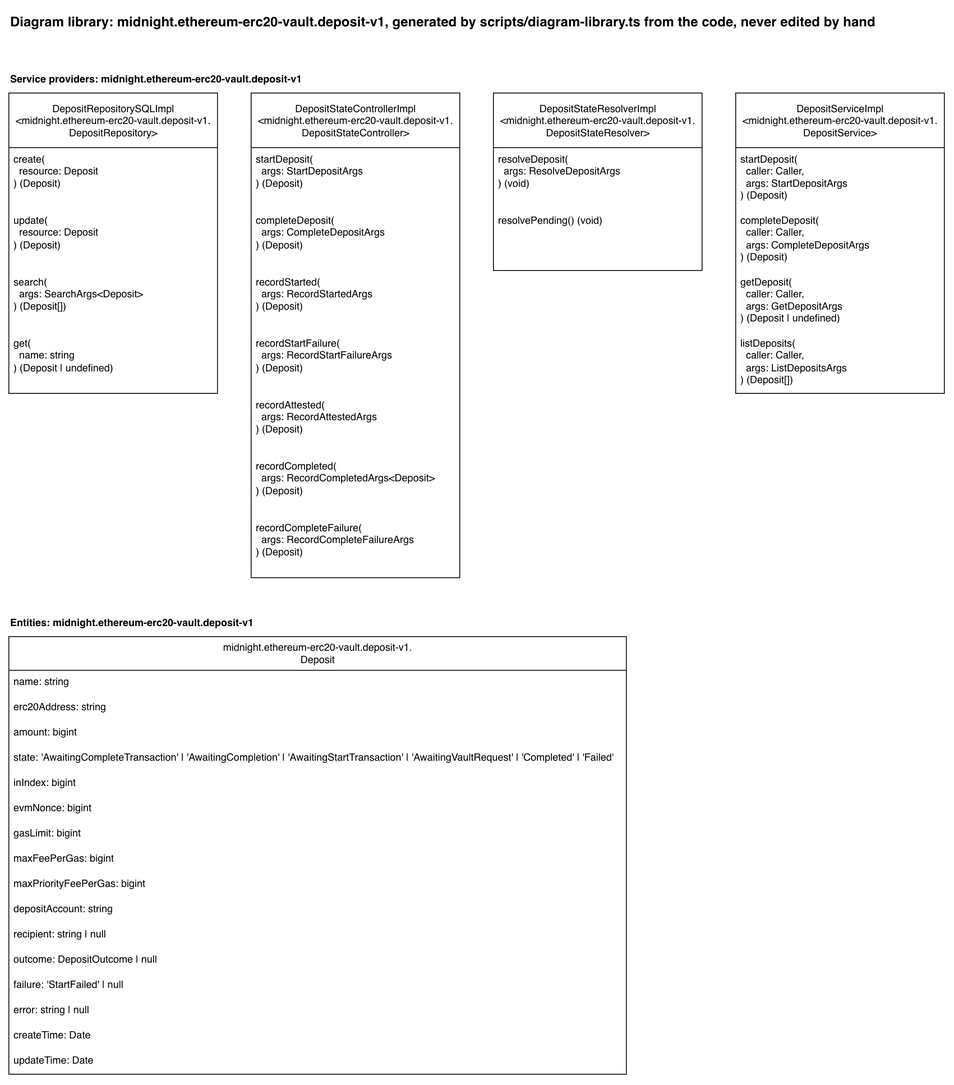
Before: docs/diagram-library/midnight/ethereum-erc20-vault/deposit-v1/diagram-library.drawio.png, a diagram exported from draw.io (sig-net/full-stack-demo). Source tidied: cells renumbered, new cells last; positions are measured from the earlier drawing's top-left corner, leaving out a move shared by most shapes. Its diagram source:
```xml
<mxGraphModel>
  <root>
    <mxCell id="0" />
    <mxCell id="1" parent="0" />
    <mxCell id="2" value="Diagram library: midnight.ethereum-erc20-vault.deposit-v1, generated by scripts/diagram-library.ts from the code, never edited by hand" style="text;html=1;fontStyle=1;fontSize=16;" parent="1" vertex="1">
      <mxGeometry width="1070" height="30" as="geometry" />
    </mxCell>
    <mxCell id="3" value="Service providers: midnight.ethereum-erc20-vault.deposit-v1" style="text;html=1;fontStyle=1;" parent="1" vertex="1">
      <mxGeometry y="70" width="373" height="20" as="geometry" />
    </mxCell>
    <mxCell id="4" value="DepositRepositorySQLImpl&lt;br&gt;&amp;lt;midnight.ethereum-erc20-vault.deposit-v1.&lt;br&gt;DepositRepository&amp;gt;" style="swimlane;fontStyle=0;horizontal=1;startSize=65;fillColor=default;html=1;fillStyle=solid;" parent="1" vertex="1">
      <mxGeometry y="100" width="248" height="357" as="geometry" />
    </mxCell>
    <mxCell id="5" value="create(&lt;br&gt;&amp;nbsp; resource: Deposit&lt;br&gt;) (Deposit)" style="text;strokeColor=none;fillColor=none;align=left;verticalAlign=top;spacingLeft=4;spacingRight=4;overflow=hidden;whiteSpace=wrap;html=1;" parent="4" vertex="1">
      <mxGeometry y="65" width="248" height="73" as="geometry" />
    </mxCell>
    <mxCell id="6" value="update(&lt;br&gt;&amp;nbsp; resource: Deposit&lt;br&gt;) (Deposit)" style="text;strokeColor=none;fillColor=none;align=left;verticalAlign=top;spacingLeft=4;spacingRight=4;overflow=hidden;whiteSpace=wrap;html=1;" parent="4" vertex="1">
      <mxGeometry y="138" width="248" height="73" as="geometry" />
    </mxCell>
    <mxCell id="7" value="search(&lt;br&gt;&amp;nbsp; args: SearchArgs&amp;lt;Deposit&amp;gt;&lt;br&gt;) (Deposit[])" style="text;strokeColor=none;fillColor=none;align=left;verticalAlign=top;spacingLeft=4;spacingRight=4;overflow=hidden;whiteSpace=wrap;html=1;" parent="4" vertex="1">
      <mxGeometry y="211" width="248" height="73" as="geometry" />
    </mxCell>
    <mxCell id="8" value="get(&lt;br&gt;&amp;nbsp; name: string&lt;br&gt;) (Deposit | undefined)" style="text;strokeColor=none;fillColor=none;align=left;verticalAlign=top;spacingLeft=4;spacingRight=4;overflow=hidden;whiteSpace=wrap;html=1;" parent="4" vertex="1">
      <mxGeometry y="284" width="248" height="73" as="geometry" />
    </mxCell>
    <mxCell id="9" value="DepositStateControllerImpl&lt;br&gt;&amp;lt;midnight.ethereum-erc20-vault.deposit-v1.&lt;br&gt;DepositStateController&amp;gt;" style="swimlane;fontStyle=0;horizontal=1;startSize=65;fillColor=default;html=1;fillStyle=solid;" parent="1" vertex="1">
      <mxGeometry x="288" y="100" width="248" height="576" as="geometry" />
    </mxCell>
    <mxCell id="10" value="startDeposit(&lt;br&gt;&amp;nbsp; args: StartDepositArgs&lt;br&gt;) (Deposit)" style="text;strokeColor=none;fillColor=none;align=left;verticalAlign=top;spacingLeft=4;spacingRight=4;overflow=hidden;whiteSpace=wrap;html=1;" parent="9" vertex="1">
      <mxGeometry y="65" width="248" height="73" as="geometry" />
    </mxCell>
    <mxCell id="11" value="completeDeposit(&lt;br&gt;&amp;nbsp; args: CompleteDepositArgs&lt;br&gt;) (Deposit)" style="text;strokeColor=none;fillColor=none;align=left;verticalAlign=top;spacingLeft=4;spacingRight=4;overflow=hidden;whiteSpace=wrap;html=1;" parent="9" vertex="1">
      <mxGeometry y="138" width="248" height="73" as="geometry" />
    </mxCell>
    <mxCell id="12" value="recordStarted(&lt;br&gt;&amp;nbsp; args: RecordStartedArgs&lt;br&gt;) (Deposit)" style="text;strokeColor=none;fillColor=none;align=left;verticalAlign=top;spacingLeft=4;spacingRight=4;overflow=hidden;whiteSpace=wrap;html=1;" parent="9" vertex="1">
      <mxGeometry y="211" width="248" height="73" as="geometry" />
    </mxCell>
    <mxCell id="13" value="recordStartFailure(&lt;br&gt;&amp;nbsp; args: RecordStartFailureArgs&lt;br&gt;) (Deposit)" style="text;strokeColor=none;fillColor=none;align=left;verticalAlign=top;spacingLeft=4;spacingRight=4;overflow=hidden;whiteSpace=wrap;html=1;" parent="9" vertex="1">
      <mxGeometry y="284" width="248" height="73" as="geometry" />
    </mxCell>
    <mxCell id="14" value="recordAttested(&lt;br&gt;&amp;nbsp; args: RecordAttestedArgs&lt;br&gt;) (Deposit)" style="text;strokeColor=none;fillColor=none;align=left;verticalAlign=top;spacingLeft=4;spacingRight=4;overflow=hidden;whiteSpace=wrap;html=1;" parent="9" vertex="1">
      <mxGeometry y="357" width="248" height="73" as="geometry" />
    </mxCell>
    <mxCell id="15" value="recordCompleted(&lt;br&gt;&amp;nbsp; args: RecordCompletedArgs&amp;lt;Deposit&amp;gt;&lt;br&gt;) (Deposit)" style="text;strokeColor=none;fillColor=none;align=left;verticalAlign=top;spacingLeft=4;spacingRight=4;overflow=hidden;whiteSpace=wrap;html=1;" parent="9" vertex="1">
      <mxGeometry y="430" width="248" height="73" as="geometry" />
    </mxCell>
    <mxCell id="16" value="recordCompleteFailure(&lt;br&gt;&amp;nbsp; args: RecordCompleteFailureArgs&lt;br&gt;) (Deposit)" style="text;strokeColor=none;fillColor=none;align=left;verticalAlign=top;spacingLeft=4;spacingRight=4;overflow=hidden;whiteSpace=wrap;html=1;" parent="9" vertex="1">
      <mxGeometry y="503" width="248" height="73" as="geometry" />
    </mxCell>
    <mxCell id="17" value="DepositStateResolverImpl&lt;br&gt;&amp;lt;midnight.ethereum-erc20-vault.deposit-v1.&lt;br&gt;DepositStateResolver&amp;gt;" style="swimlane;fontStyle=0;horizontal=1;startSize=65;fillColor=default;html=1;fillStyle=solid;" parent="1" vertex="1">
      <mxGeometry x="576" y="100" width="248" height="211" as="geometry" />
    </mxCell>
    <mxCell id="18" value="resolveDeposit(&lt;br&gt;&amp;nbsp; args: ResolveDepositArgs&lt;br&gt;) (void)" style="text;strokeColor=none;fillColor=none;align=left;verticalAlign=top;spacingLeft=4;spacingRight=4;overflow=hidden;whiteSpace=wrap;html=1;" parent="17" vertex="1">
      <mxGeometry y="65" width="248" height="73" as="geometry" />
    </mxCell>
    <mxCell id="19" value="resolvePending() (void)" style="text;strokeColor=none;fillColor=none;align=left;verticalAlign=top;spacingLeft=4;spacingRight=4;overflow=hidden;whiteSpace=wrap;html=1;" parent="17" vertex="1">
      <mxGeometry y="138" width="248" height="73" as="geometry" />
    </mxCell>
    <mxCell id="20" value="DepositServiceImpl&lt;br&gt;&amp;lt;midnight.ethereum-erc20-vault.deposit-v1.&lt;br&gt;DepositService&amp;gt;" style="swimlane;fontStyle=0;horizontal=1;startSize=65;fillColor=default;html=1;fillStyle=solid;" parent="1" vertex="1">
      <mxGeometry x="864" y="100" width="248" height="357" as="geometry" />
    </mxCell>
    <mxCell id="21" value="startDeposit(&lt;br&gt;&amp;nbsp; caller: Caller,&lt;br&gt;&amp;nbsp; args: StartDepositArgs&lt;br&gt;) (Deposit)" style="text;strokeColor=none;fillColor=none;align=left;verticalAlign=top;spacingLeft=4;spacingRight=4;overflow=hidden;whiteSpace=wrap;html=1;" parent="20" vertex="1">
      <mxGeometry y="65" width="248" height="73" as="geometry" />
    </mxCell>
    <mxCell id="22" value="completeDeposit(&lt;br&gt;&amp;nbsp; caller: Caller,&lt;br&gt;&amp;nbsp; args: CompleteDepositArgs&lt;br&gt;) (Deposit)" style="text;strokeColor=none;fillColor=none;align=left;verticalAlign=top;spacingLeft=4;spacingRight=4;overflow=hidden;whiteSpace=wrap;html=1;" parent="20" vertex="1">
      <mxGeometry y="138" width="248" height="73" as="geometry" />
    </mxCell>
    <mxCell id="23" value="getDeposit(&lt;br&gt;&amp;nbsp; caller: Caller,&lt;br&gt;&amp;nbsp; args: GetDepositArgs&lt;br&gt;) (Deposit | undefined)" style="text;strokeColor=none;fillColor=none;align=left;verticalAlign=top;spacingLeft=4;spacingRight=4;overflow=hidden;whiteSpace=wrap;html=1;" parent="20" vertex="1">
      <mxGeometry y="211" width="248" height="73" as="geometry" />
    </mxCell>
    <mxCell id="24" value="listDeposits(&lt;br&gt;&amp;nbsp; caller: Caller,&lt;br&gt;&amp;nbsp; args: ListDepositsArgs&lt;br&gt;) (Deposit[])" style="text;strokeColor=none;fillColor=none;align=left;verticalAlign=top;spacingLeft=4;spacingRight=4;overflow=hidden;whiteSpace=wrap;html=1;" parent="20" vertex="1">
      <mxGeometry y="284" width="248" height="73" as="geometry" />
    </mxCell>
    <mxCell id="25" value="Entities: midnight.ethereum-erc20-vault.deposit-v1" style="text;html=1;fontStyle=1;" parent="1" vertex="1">
      <mxGeometry y="716" width="315" height="20" as="geometry" />
    </mxCell>
    <mxCell id="26" value="midnight.ethereum-erc20-vault.deposit-v1.&lt;br&gt;Deposit" style="swimlane;fontStyle=0;horizontal=1;startSize=40;fillColor=default;html=1;fillStyle=solid;" parent="1" vertex="1">
      <mxGeometry y="746" width="734" height="520" as="geometry" />
    </mxCell>
    <mxCell id="27" value="name: string" style="text;strokeColor=none;fillColor=none;align=left;verticalAlign=top;spacingLeft=4;spacingRight=4;overflow=hidden;whiteSpace=wrap;html=1;" parent="26" vertex="1">
      <mxGeometry y="40" width="734" height="30" as="geometry" />
    </mxCell>
    <mxCell id="28" value="erc20Address: string" style="text;strokeColor=none;fillColor=none;align=left;verticalAlign=top;spacingLeft=4;spacingRight=4;overflow=hidden;whiteSpace=wrap;html=1;" parent="26" vertex="1">
      <mxGeometry y="70" width="734" height="30" as="geometry" />
    </mxCell>
    <mxCell id="29" value="amount: bigint" style="text;strokeColor=none;fillColor=none;align=left;verticalAlign=top;spacingLeft=4;spacingRight=4;overflow=hidden;whiteSpace=wrap;html=1;" parent="26" vertex="1">
      <mxGeometry y="100" width="734" height="30" as="geometry" />
    </mxCell>
    <mxCell id="30" value="state: 'AwaitingCompleteTransaction' | 'AwaitingCompletion' | 'AwaitingStartTransaction' | 'AwaitingVaultRequest' | 'Completed' | 'Failed'" style="text;strokeColor=none;fillColor=none;align=left;verticalAlign=top;spacingLeft=4;spacingRight=4;overflow=hidden;whiteSpace=wrap;html=1;" parent="26" vertex="1">
      <mxGeometry y="130" width="734" height="30" as="geometry" />
    </mxCell>
    <mxCell id="31" value="inIndex: bigint" style="text;strokeColor=none;fillColor=none;align=left;verticalAlign=top;spacingLeft=4;spacingRight=4;overflow=hidden;whiteSpace=wrap;html=1;" parent="26" vertex="1">
      <mxGeometry y="160" width="734" height="30" as="geometry" />
    </mxCell>
    <mxCell id="32" value="evmNonce: bigint" style="text;strokeColor=none;fillColor=none;align=left;verticalAlign=top;spacingLeft=4;spacingRight=4;overflow=hidden;whiteSpace=wrap;html=1;" parent="26" vertex="1">
      <mxGeometry y="190" width="734" height="30" as="geometry" />
    </mxCell>
    <mxCell id="33" value="gasLimit: bigint" style="text;strokeColor=none;fillColor=none;align=left;verticalAlign=top;spacingLeft=4;spacingRight=4;overflow=hidden;whiteSpace=wrap;html=1;" parent="26" vertex="1">
      <mxGeometry y="220" width="734" height="30" as="geometry" />
    </mxCell>
    <mxCell id="34" value="maxFeePerGas: bigint" style="text;strokeColor=none;fillColor=none;align=left;verticalAlign=top;spacingLeft=4;spacingRight=4;overflow=hidden;whiteSpace=wrap;html=1;" parent="26" vertex="1">
      <mxGeometry y="250" width="734" height="30" as="geometry" />
    </mxCell>
    <mxCell id="35" value="maxPriorityFeePerGas: bigint" style="text;strokeColor=none;fillColor=none;align=left;verticalAlign=top;spacingLeft=4;spacingRight=4;overflow=hidden;whiteSpace=wrap;html=1;" parent="26" vertex="1">
      <mxGeometry y="280" width="734" height="30" as="geometry" />
    </mxCell>
    <mxCell id="36" value="depositAccount: string" style="text;strokeColor=none;fillColor=none;align=left;verticalAlign=top;spacingLeft=4;spacingRight=4;overflow=hidden;whiteSpace=wrap;html=1;" parent="26" vertex="1">
      <mxGeometry y="310" width="734" height="30" as="geometry" />
    </mxCell>
    <mxCell id="37" value="recipient: string | null" style="text;strokeColor=none;fillColor=none;align=left;verticalAlign=top;spacingLeft=4;spacingRight=4;overflow=hidden;whiteSpace=wrap;html=1;" parent="26" vertex="1">
      <mxGeometry y="340" width="734" height="30" as="geometry" />
    </mxCell>
    <mxCell id="38" value="outcome: DepositOutcome | null" style="text;strokeColor=none;fillColor=none;align=left;verticalAlign=top;spacingLeft=4;spacingRight=4;overflow=hidden;whiteSpace=wrap;html=1;" parent="26" vertex="1">
      <mxGeometry y="370" width="734" height="30" as="geometry" />
    </mxCell>
    <mxCell id="39" value="failure: 'StartFailed' | null" style="text;strokeColor=none;fillColor=none;align=left;verticalAlign=top;spacingLeft=4;spacingRight=4;overflow=hidden;whiteSpace=wrap;html=1;" parent="26" vertex="1">
      <mxGeometry y="400" width="734" height="30" as="geometry" />
    </mxCell>
    <mxCell id="40" value="error: string | null" style="text;strokeColor=none;fillColor=none;align=left;verticalAlign=top;spacingLeft=4;spacingRight=4;overflow=hidden;whiteSpace=wrap;html=1;" parent="26" vertex="1">
      <mxGeometry y="430" width="734" height="30" as="geometry" />
    </mxCell>
    <mxCell id="41" value="createTime: Date" style="text;strokeColor=none;fillColor=none;align=left;verticalAlign=top;spacingLeft=4;spacingRight=4;overflow=hidden;whiteSpace=wrap;html=1;" parent="26" vertex="1">
      <mxGeometry y="460" width="734" height="30" as="geometry" />
    </mxCell>
    <mxCell id="42" value="updateTime: Date" style="text;strokeColor=none;fillColor=none;align=left;verticalAlign=top;spacingLeft=4;spacingRight=4;overflow=hidden;whiteSpace=wrap;html=1;" parent="26" vertex="1">
      <mxGeometry y="490" width="734" height="30" as="geometry" />
    </mxCell>
  </root>
</mxGraphModel>
```
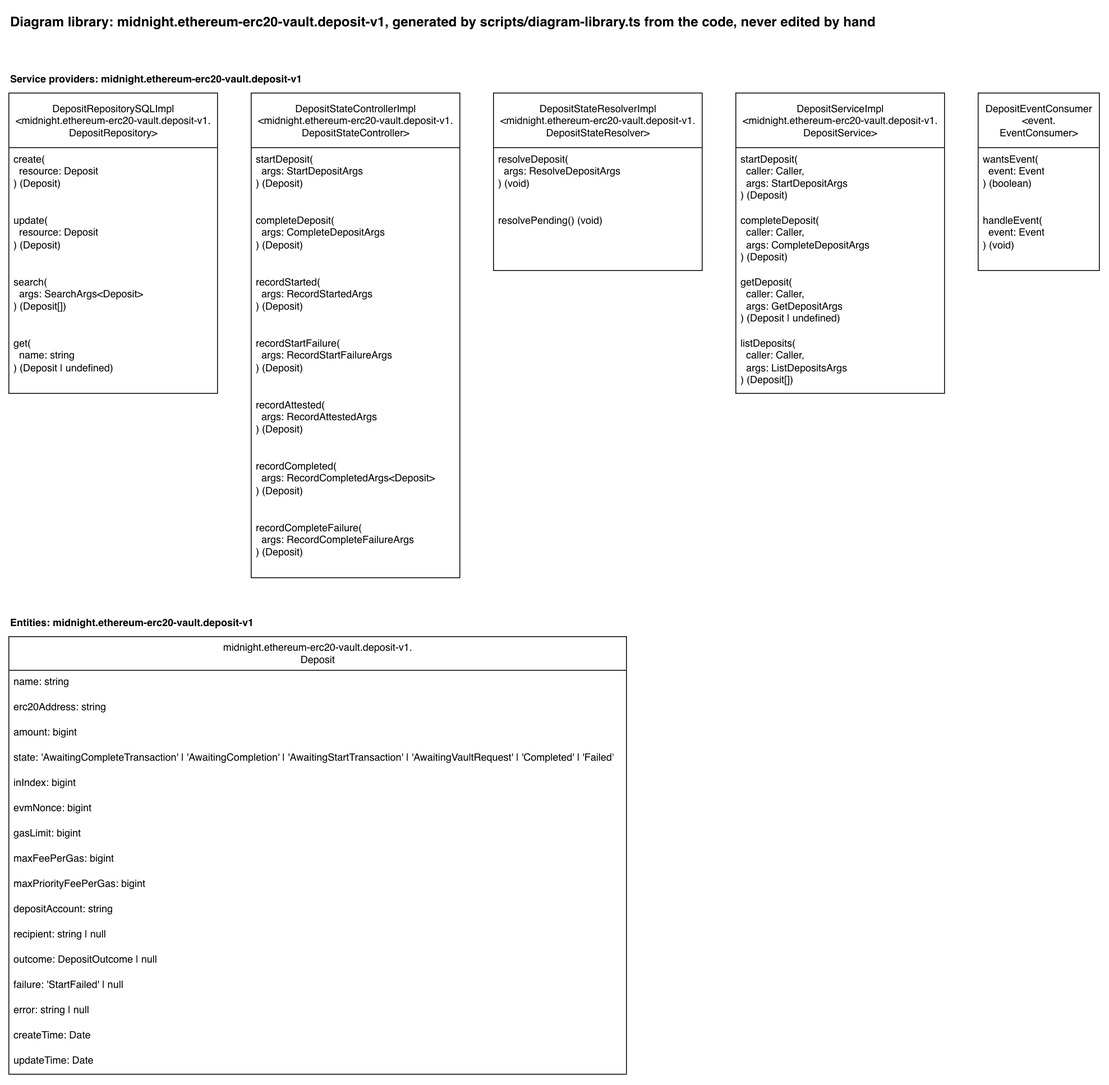
After the commit.

Change to the diagram source:
```diff
@@ -71,6 +71,15 @@
     <mxCell id="24" value="listDeposits(&lt;br&gt;&amp;nbsp; caller: Caller,&lt;br&gt;&amp;nbsp; args: ListDepositsArgs&lt;br&gt;) (Deposit[])" style="text;strokeColor=none;fillColor=none;align=left;verticalAlign=top;spacingLeft=4;spacingRight=4;overflow=hidden;whiteSpace=wrap;html=1;" parent="20" vertex="1">
       <mxGeometry y="284" width="248" height="73" as="geometry" />
     </mxCell>
+    <mxCell id="43" value="DepositEventConsumer&lt;br&gt;&amp;lt;event.&lt;br&gt;EventConsumer&amp;gt;" style="swimlane;fontStyle=0;horizontal=1;startSize=65;fillColor=default;html=1;fillStyle=solid;" parent="1" vertex="1">
+      <mxGeometry x="1152" y="100" width="144" height="211" as="geometry" />
+    </mxCell>
+    <mxCell id="44" value="wantsEvent(&lt;br&gt;&amp;nbsp; event: Event&lt;br&gt;) (boolean)" style="text;strokeColor=none;fillColor=none;align=left;verticalAlign=top;spacingLeft=4;spacingRight=4;overflow=hidden;whiteSpace=wrap;html=1;" parent="43" vertex="1">
+      <mxGeometry y="65" width="144" height="73" as="geometry" />
+    </mxCell>
+    <mxCell id="45" value="handleEvent(&lt;br&gt;&amp;nbsp; event: Event&lt;br&gt;) (void)" style="text;strokeColor=none;fillColor=none;align=left;verticalAlign=top;spacingLeft=4;spacingRight=4;overflow=hidden;whiteSpace=wrap;html=1;" parent="43" vertex="1">
+      <mxGeometry y="138" width="144" height="73" as="geometry" />
+    </mxCell>
     <mxCell id="25" value="Entities: midnight.ethereum-erc20-vault.deposit-v1" style="text;html=1;fontStyle=1;" parent="1" vertex="1">
       <mxGeometry y="716" width="315" height="20" as="geometry" />
     </mxCell>
```
